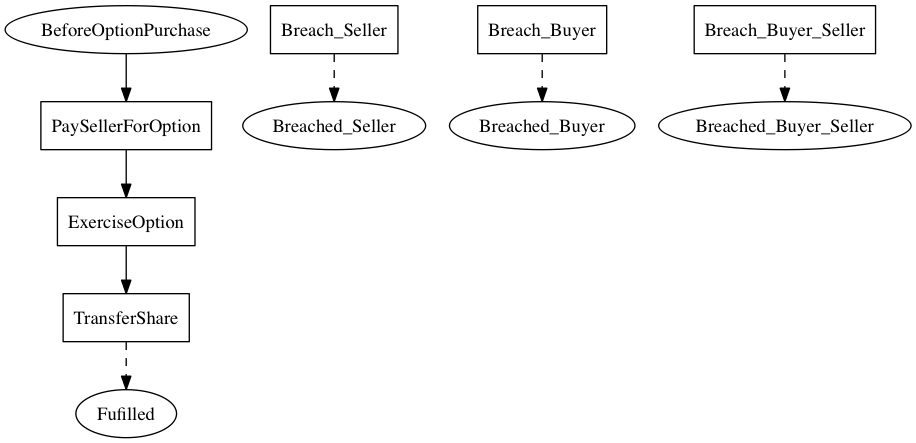
This is linear_state_machine_language/pyL4/examples/out_graphviz/from_academic_lit/Farmer_american_call_option_2016.png from Marcao02/complaw-deeptech, a Graphviz export, as it was before one commit. Its source is kept beside it as linear_state_machine_language/pyL4/examples/out_graphviz/from_academic_lit/Farmer_american_call_option_2016.dot.
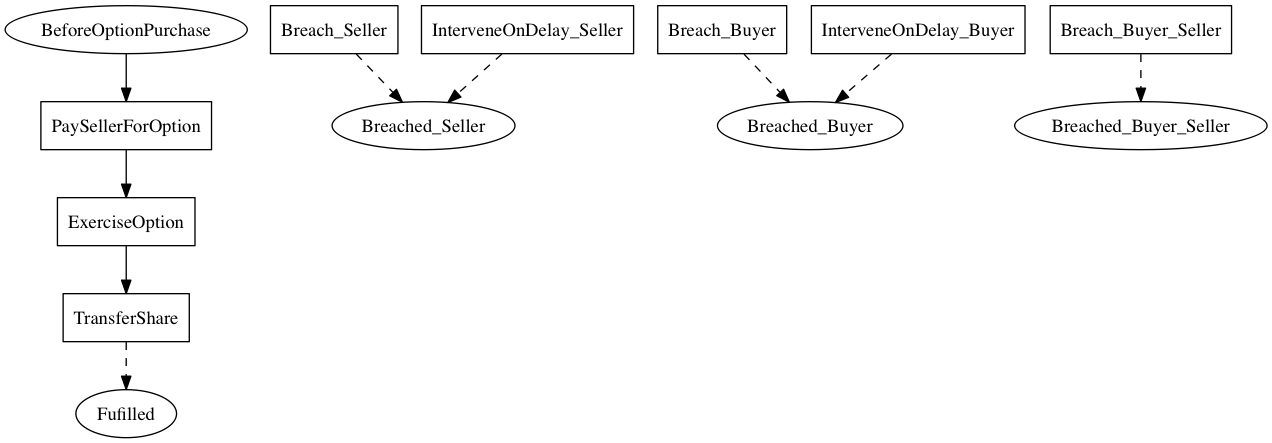
The same diagram one commit later.

Change to the diagram source:
```diff
@@ -12,7 +12,9 @@
 	TransferShare[label=TransferShare,shape=box];
 	Breach_Seller[label=Breach_Seller,shape=box];
 	Breach_Buyer[label=Breach_Buyer,shape=box];
-	Breach_Buyer_Seller[label=Breach_Buyer_Seller,shape=box]
+	Breach_Buyer_Seller[label=Breach_Buyer_Seller,shape=box];
+	InterveneOnDelay_Buyer[label=InterveneOnDelay_Buyer,shape=box];
+	InterveneOnDelay_Seller[label=InterveneOnDelay_Seller,shape=box]
 
 
 
@@ -24,6 +26,8 @@
 	Breach_Seller -> Breached_Seller [style=dashed];
 	Breach_Buyer -> Breached_Buyer [style=dashed];
 	Breach_Buyer_Seller -> Breached_Buyer_Seller [style=dashed];
+	InterveneOnDelay_Buyer -> Breached_Buyer [style=dashed];
+	InterveneOnDelay_Seller -> Breached_Seller [style=dashed];
 
 
 
```
